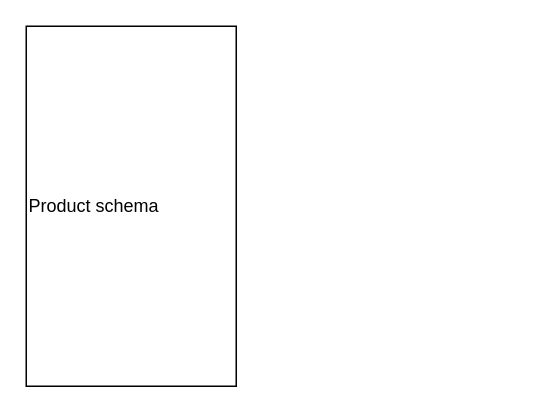
This is Untitled Diagram.drawio from dev-mahir/mkbio, a draw.io file, before an edit. Source tidied: cells renumbered, new cells numbered last; positions are measured from the earlier drawing's top-left corner, leaving out a move shared by most shapes. Both pictures are drawn from the tidied source at 150%, with x=0, y=0 at pixel (26, 26).
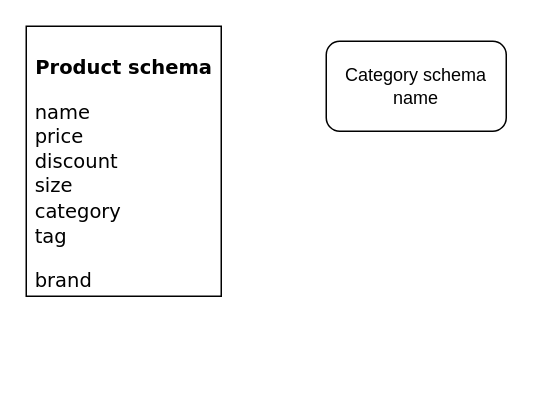
After the change.

What changed in the source:
```diff
@@
 <mxGraphModel>
   <root>
     <mxCell id="0" />
     <mxCell id="1" parent="0" />
-    <mxCell id="2" value="Product schema" style="rounded=0;whiteSpace=wrap;html=1;align=left;" parent="1" vertex="1">
-      <mxGeometry width="140" height="240" as="geometry" />
+    <mxCell id="2" value="&lt;pre style=&quot;font-size: 13px;&quot;&gt;&lt;font face=&quot;Verdana&quot;&gt;&lt;b&gt; Product schema&lt;br&gt;&lt;/b&gt;&lt;/font&gt;&lt;pre&gt;&lt;font face=&quot;Verdana&quot;&gt;&amp;nbsp;name&lt;br&gt;&lt;/font&gt;&lt;font face=&quot;Verdana&quot;&gt;&amp;nbsp;price&lt;br&gt;&lt;/font&gt;&lt;font face=&quot;Verdana&quot;&gt; discount&lt;br&gt;&lt;/font&gt;&lt;font face=&quot;Verdana&quot;&gt; size&lt;br&gt;&lt;/font&gt;&lt;font face=&quot;Verdana&quot;&gt; category&lt;br&gt;&lt;/font&gt;&lt;font face=&quot;Verdana&quot;&gt;&lt;span style=&quot;background-color: initial;&quot;&gt; tag&lt;/span&gt;&lt;/font&gt;&lt;/pre&gt;&lt;/pre&gt;&lt;pre style=&quot;font-size: 13px;&quot;&gt;&lt;font face=&quot;Verdana&quot;&gt; brand&lt;/font&gt;&lt;/pre&gt;" style="rounded=0;whiteSpace=wrap;html=1;align=left;verticalAlign=top;horizontal=1;" parent="1" vertex="1">
+      <mxGeometry width="130" height="180" as="geometry" />
     </mxCell>
+    <mxCell id="3" value="Category schema&lt;br&gt;name" style="rounded=1;whiteSpace=wrap;html=1;" parent="1" vertex="1">
+      <mxGeometry x="200" y="10" width="120" height="60" as="geometry" />
+    </mxCell>
   </root>
 </mxGraphModel>
```
